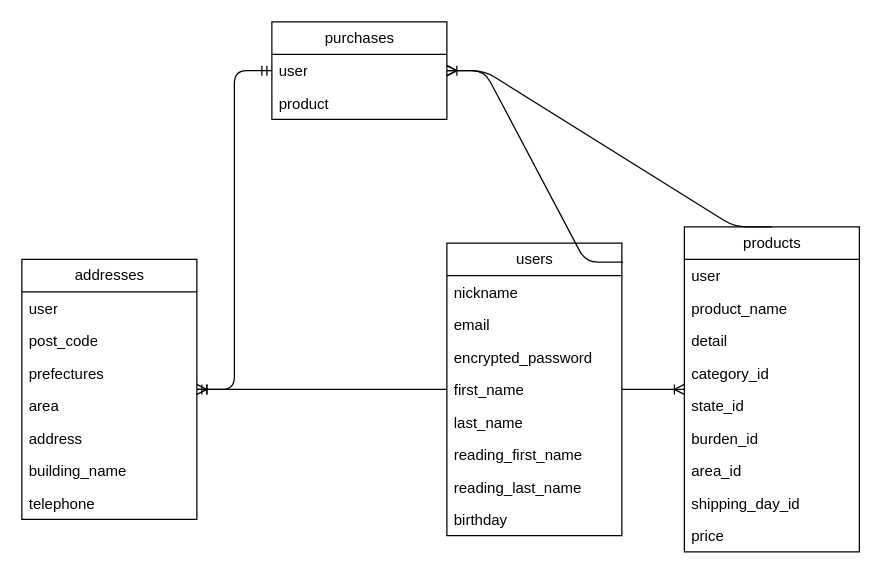
This is ER.dio from someno-kaede/furima-39613, a draw.io file, before an edit. Source tidied: cells renumbered, new cells numbered last; positions are measured from the earlier drawing's top-left corner, leaving out a move shared by most shapes. Both pictures are drawn from the tidied source at 125%, with x=0, y=0 at pixel (21, 21).
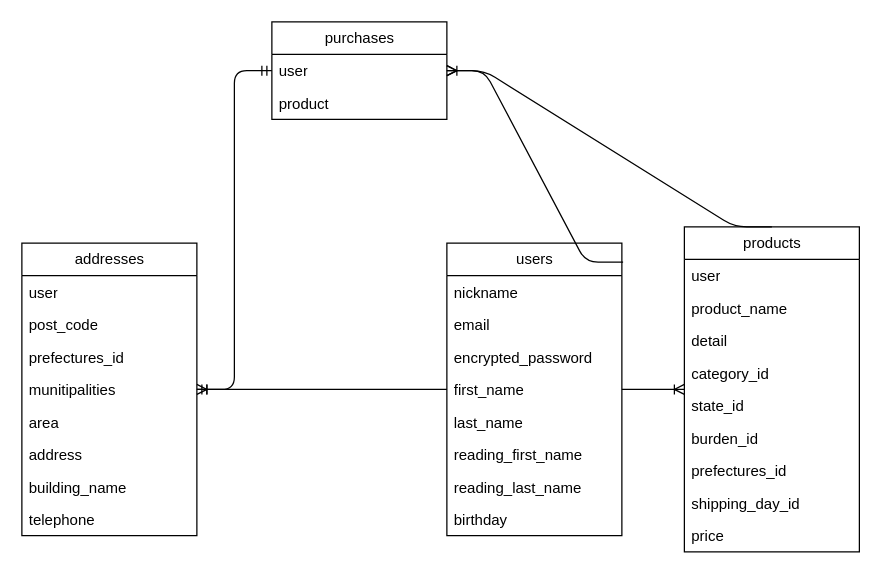
The same page after the edit.

The change refers to these unchanged cells:
```xml
<mxCell id="11" value="products" style="swimlane;fontStyle=0;horizontal=1;startSize=26;fillColor=none;html=1;" parent="1" vertex="1">
  <mxGeometry x="530" y="164" width="140" height="260" as="geometry" />
</mxCell>
```

Diff of the diagram source:
```diff
@@
-    <mxCell id="18" value="area_id" style="text;strokeColor=none;fillColor=none;align=left;verticalAlign=top;spacingLeft=4;spacingRight=4;overflow=hidden;whiteSpace=wrap;html=1;" parent="11" vertex="1">
+    <mxCell id="18" value="prefectures_id" style="text;strokeColor=none;fillColor=none;align=left;verticalAlign=top;spacingLeft=4;spacingRight=4;overflow=hidden;whiteSpace=wrap;html=1;" parent="11" vertex="1">
       <mxGeometry y="182" width="140" height="26" as="geometry" />
     </mxCell>
@@
     <mxCell id="24" value="addresses" style="swimlane;fontStyle=0;horizontal=1;startSize=26;fillColor=none;html=1;" parent="1" vertex="1">
-      <mxGeometry y="190" width="140" height="208" as="geometry" />
+      <mxGeometry y="177" width="140" height="234" as="geometry" />
     </mxCell>
@@
-    <mxCell id="27" value="prefectures" style="text;strokeColor=none;fillColor=none;align=left;verticalAlign=top;spacingLeft=4;spacingRight=4;overflow=hidden;whiteSpace=wrap;html=1;" parent="24" vertex="1">
+    <mxCell id="27" value="prefectures_id" style="text;strokeColor=none;fillColor=none;align=left;verticalAlign=top;spacingLeft=4;spacingRight=4;overflow=hidden;whiteSpace=wrap;html=1;" parent="24" vertex="1">
       <mxGeometry y="78" width="140" height="26" as="geometry" />
     </mxCell>
+    <mxCell id="37" value="munitipalities" style="text;strokeColor=none;fillColor=none;align=left;verticalAlign=top;spacingLeft=4;spacingRight=4;overflow=hidden;whiteSpace=wrap;html=1;" parent="24" vertex="1">
+      <mxGeometry y="104" width="140" height="26" as="geometry" />
+    </mxCell>
     <mxCell id="28" value="area" style="text;strokeColor=none;fillColor=none;align=left;verticalAlign=top;spacingLeft=4;spacingRight=4;overflow=hidden;whiteSpace=wrap;html=1;" parent="24" vertex="1">
-      <mxGeometry y="104" width="140" height="26" as="geometry" />
+      <mxGeometry y="130" width="140" height="26" as="geometry" />
     </mxCell>
     <mxCell id="29" value="address" style="text;strokeColor=none;fillColor=none;align=left;verticalAlign=top;spacingLeft=4;spacingRight=4;overflow=hidden;whiteSpace=wrap;html=1;" parent="24" vertex="1">
-      <mxGeometry y="130" width="140" height="26" as="geometry" />
+      <mxGeometry y="156" width="140" height="26" as="geometry" />
     </mxCell>
     <mxCell id="30" value="building_name" style="text;strokeColor=none;fillColor=none;align=left;verticalAlign=top;spacingLeft=4;spacingRight=4;overflow=hidden;whiteSpace=wrap;html=1;" parent="24" vertex="1">
-      <mxGeometry y="156" width="140" height="26" as="geometry" />
+      <mxGeometry y="182" width="140" height="26" as="geometry" />
     </mxCell>
     <mxCell id="31" value="telephone" style="text;strokeColor=none;fillColor=none;align=left;verticalAlign=top;spacingLeft=4;spacingRight=4;overflow=hidden;whiteSpace=wrap;html=1;" parent="24" vertex="1">
-      <mxGeometry y="182" width="140" height="26" as="geometry" />
+      <mxGeometry y="208" width="140" height="26" as="geometry" />
     </mxCell>
```
